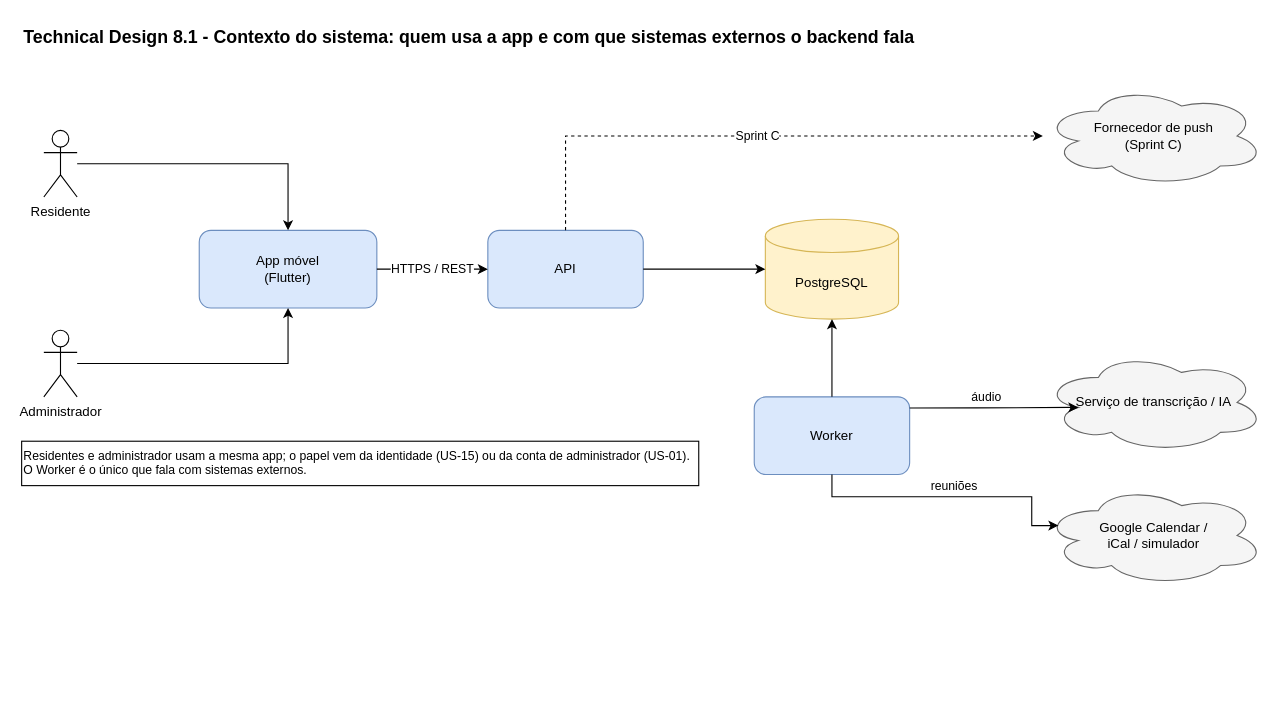
Above: page "1. Contexto do sistema" (1 of 5) of docs/sprintA/technical-design.drawio in LMNSdev/LABDSOF_DOMUSCAST (draw.io), before the change. Source tidied: cells renumbered, new cells numbered last; positions are measured from the earlier drawing's top-left corner, leaving out a move shared by most shapes. Both pictures are drawn from the tidied source at 111%, with x=0, y=0 at pixel (21, 19).
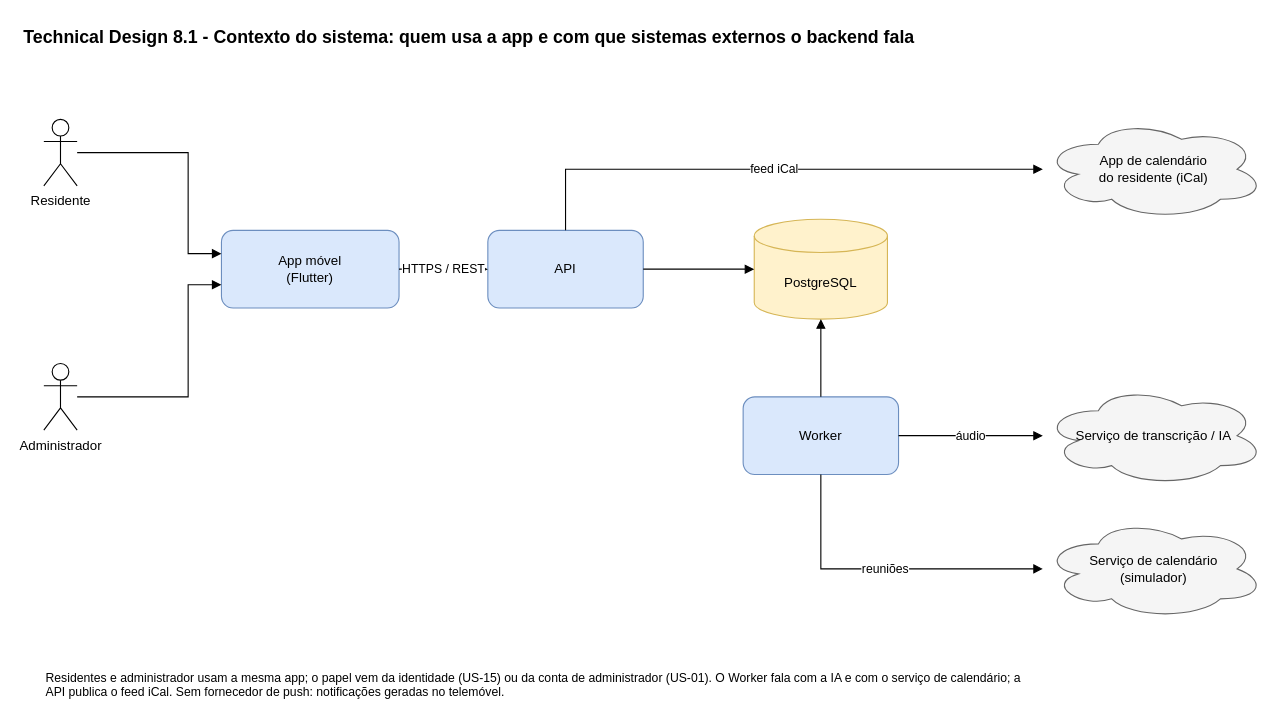
The same page after the edit.

The change refers to these unchanged cells:
```xml
<mxCell id="6" value="API" style="rounded=1;whiteSpace=wrap;html=1;fillColor=#dae8fc;strokeColor=#6c8ebf;" parent="1" vertex="1">
  <mxGeometry x="420" y="190" width="140" height="70" as="geometry" />
</mxCell>
```

Change to the diagram source:
```diff
@@
     <mxCell id="3" value="Residente" style="shape=umlActor;verticalLabelPosition=bottom;verticalAlign=top;html=1;outlineConnect=0;" parent="1" vertex="1">
-      <mxGeometry x="20" y="100" width="30" height="60" as="geometry" />
+      <mxGeometry x="20" y="90" width="30" height="60" as="geometry" />
     </mxCell>
     <mxCell id="4" value="Administrador" style="shape=umlActor;verticalLabelPosition=bottom;verticalAlign=top;html=1;outlineConnect=0;" parent="1" vertex="1">
-      <mxGeometry x="20" y="280" width="30" height="60" as="geometry" />
+      <mxGeometry x="20" y="310" width="30" height="60" as="geometry" />
     </mxCell>
     <mxCell id="5" value="App móvel&lt;br&gt;(Flutter)" style="rounded=1;whiteSpace=wrap;html=1;fillColor=#dae8fc;strokeColor=#6c8ebf;" parent="1" vertex="1">
-      <mxGeometry x="160" y="190" width="160" height="70" as="geometry" />
+      <mxGeometry x="180" y="190" width="160" height="70" as="geometry" />
     </mxCell>
@@
     <mxCell id="7" value="PostgreSQL" style="shape=cylinder3;whiteSpace=wrap;html=1;boundedLbl=1;backgroundOutline=1;size=15;fillColor=#fff2cc;strokeColor=#d6b656;" parent="1" vertex="1">
-      <mxGeometry x="670" y="180" width="120" height="90" as="geometry" />
+      <mxGeometry x="660" y="180" width="120" height="90" as="geometry" />
     </mxCell>
     <mxCell id="8" value="Worker" style="rounded=1;whiteSpace=wrap;html=1;fillColor=#dae8fc;strokeColor=#6c8ebf;" parent="1" vertex="1">
-      <mxGeometry x="660" y="340" width="140" height="70" as="geometry" />
+      <mxGeometry x="650" y="340" width="140" height="70" as="geometry" />
     </mxCell>
     <mxCell id="9" value="Serviço de transcrição / IA" style="ellipse;shape=cloud;whiteSpace=wrap;html=1;fillColor=#f5f5f5;strokeColor=#666666;" parent="1" vertex="1">
-      <mxGeometry x="920" y="300" width="200" height="90" as="geometry" />
+      <mxGeometry x="920" y="330" width="200" height="90" as="geometry" />
     </mxCell>
-    <mxCell id="10" value="Google Calendar /&lt;br&gt;iCal / simulador" style="ellipse;shape=cloud;whiteSpace=wrap;html=1;fillColor=#f5f5f5;strokeColor=#666666;" parent="1" vertex="1">
-      <mxGeometry x="920" y="420" width="200" height="90" as="geometry" />
+    <mxCell id="10" value="Serviço de calendário&lt;br&gt;(simulador)" style="ellipse;shape=cloud;whiteSpace=wrap;html=1;fillColor=#f5f5f5;strokeColor=#666666;" parent="1" vertex="1">
+      <mxGeometry x="920" y="450" width="200" height="90" as="geometry" />
     </mxCell>
-    <mxCell id="11" value="Fornecedor de push&lt;br&gt;(Sprint C)" style="ellipse;shape=cloud;whiteSpace=wrap;html=1;fillColor=#f5f5f5;strokeColor=#666666;" parent="1" vertex="1">
-      <mxGeometry x="920" y="60" width="200" height="90" as="geometry" />
+    <mxCell id="11" value="App de calendário&lt;br&gt;do residente (iCal)" style="ellipse;shape=cloud;whiteSpace=wrap;html=1;fillColor=#f5f5f5;strokeColor=#666666;" parent="1" vertex="1">
+      <mxGeometry x="920" y="90" width="200" height="90" as="geometry" />
     </mxCell>
+    <mxCell id="20" value="Residentes e administrador usam a mesma app; o papel vem da identidade (US-15) ou da conta de administrador (US-01). O Worker fala com a IA e com o serviço de calendário; a API publica o feed iCal. Sem fornecedor de push: notificações geradas no telemóvel." style="text;html=1;align=left;verticalAlign=top;whiteSpace=wrap;fontSize=11;" parent="1" vertex="1">
+      <mxGeometry x="20" y="580" width="900" height="40" as="geometry" />
+    </mxCell>
-    <mxCell id="12" style="edgeStyle=orthogonalEdgeStyle;rounded=0;jettySize=auto;html=1;" parent="1" edge="1" source="3" target="5">
-      <mxGeometry relative="1" as="geometry" />
+    <mxCell id="12" style="html=1;rounded=0;endArrow=block;endFill=1;labelBackgroundColor=#ffffff;fontSize=11;exitX=1.0000;exitY=0.5000;exitDx=0;exitDy=0;exitPerimeter=0;entryX=0.0000;entryY=0.3000;entryDx=0;entryDy=0;entryPerimeter=0;" parent="1" edge="1" source="3" target="5">
+      <mxGeometry relative="1" as="geometry">
+        <Array as="points">
+          <mxPoint x="150" y="120" />
+          <mxPoint x="150" y="211" />
+        </Array>
+      </mxGeometry>
     </mxCell>
-    <mxCell id="13" style="edgeStyle=orthogonalEdgeStyle;rounded=0;jettySize=auto;html=1;" parent="1" edge="1" source="4" target="5">
-      <mxGeometry relative="1" as="geometry" />
+    <mxCell id="13" style="html=1;rounded=0;endArrow=block;endFill=1;labelBackgroundColor=#ffffff;fontSize=11;exitX=1.0000;exitY=0.5000;exitDx=0;exitDy=0;exitPerimeter=0;entryX=0.0000;entryY=0.7000;entryDx=0;entryDy=0;entryPerimeter=0;" parent="1" edge="1" source="4" target="5">
+      <mxGeometry relative="1" as="geometry">
+        <Array as="points">
+          <mxPoint x="150" y="340" />
+          <mxPoint x="150" y="239" />
+        </Array>
+      </mxGeometry>
     </mxCell>
-    <mxCell id="14" value="HTTPS / REST" style="edgeStyle=orthogonalEdgeStyle;rounded=0;jettySize=auto;html=1;" parent="1" edge="1" source="5" target="6">
+    <mxCell id="14" value="HTTPS / REST" style="html=1;rounded=0;endArrow=block;endFill=1;labelBackgroundColor=#ffffff;fontSize=11;exitX=1.0000;exitY=0.5000;exitDx=0;exitDy=0;exitPerimeter=0;entryX=0.0000;entryY=0.5000;entryDx=0;entryDy=0;entryPerimeter=0;" parent="1" edge="1" source="5" target="6">
       <mxGeometry relative="1" as="geometry" />
     </mxCell>
-    <mxCell id="15" style="edgeStyle=orthogonalEdgeStyle;rounded=0;jettySize=auto;html=1;" parent="1" edge="1" source="6" target="7">
+    <mxCell id="15" style="html=1;rounded=0;endArrow=block;endFill=1;labelBackgroundColor=#ffffff;fontSize=11;exitX=1.0000;exitY=0.5000;exitDx=0;exitDy=0;exitPerimeter=0;entryX=0.0000;entryY=0.5000;entryDx=0;entryDy=0;entryPerimeter=0;" parent="1" edge="1" source="6" target="7">
       <mxGeometry relative="1" as="geometry" />
     </mxCell>
-    <mxCell id="16" style="edgeStyle=orthogonalEdgeStyle;rounded=0;jettySize=auto;html=1;" parent="1" edge="1" source="8" target="7">
-      <mxGeometry relative="1" as="geometry" />
+    <mxCell id="16" value="feed iCal" style="html=1;rounded=0;endArrow=block;endFill=1;labelBackgroundColor=#ffffff;fontSize=11;exitX=0.5000;exitY=0.0000;exitDx=0;exitDy=0;exitPerimeter=0;entryX=0.0000;entryY=0.5000;entryDx=0;entryDy=0;entryPerimeter=0;" parent="1" edge="1" source="6" target="11">
+      <mxGeometry relative="1" as="geometry">
+        <Array as="points">
+          <mxPoint x="490" y="135" />
+        </Array>
+      </mxGeometry>
     </mxCell>
-    <mxCell id="17" value="áudio" style="edgeStyle=orthogonalEdgeStyle;rounded=0;jettySize=auto;html=1;entryX=0.16;entryY=0.55;entryDx=0;entryDy=0;entryPerimeter=0;exitX=1;exitY=0.143;exitDx=0;exitDy=0;exitPerimeter=0;" parent="1" edge="1" source="8" target="9">
-      <mxGeometry x="-0.08" y="9" relative="1" as="geometry">
-        <mxPoint y="-1" as="offset" />
-      </mxGeometry>
+    <mxCell id="17" style="html=1;rounded=0;endArrow=block;endFill=1;labelBackgroundColor=#ffffff;fontSize=11;exitX=0.5000;exitY=0.0000;exitDx=0;exitDy=0;exitPerimeter=0;entryX=0.5000;entryY=1.0000;entryDx=0;entryDy=0;entryPerimeter=0;" parent="1" edge="1" source="8" target="7">
+      <mxGeometry relative="1" as="geometry" />
     </mxCell>
-    <mxCell id="18" value="reuniões" style="edgeStyle=orthogonalEdgeStyle;rounded=0;jettySize=auto;html=1;exitX=0.5;exitY=1;exitDx=0;exitDy=0;entryX=0.07;entryY=0.4;entryDx=0;entryDy=0;entryPerimeter=0;" parent="1" edge="1" source="8" target="10">
-      <mxGeometry x="0.04" y="10" relative="1" as="geometry">
-        <Array as="points">
-          <mxPoint x="730" y="430" />
-          <mxPoint x="910" y="430" />
-          <mxPoint x="910" y="456" />
-        </Array>
-      </mxGeometry>
+    <mxCell id="18" value="áudio" style="html=1;rounded=0;endArrow=block;endFill=1;labelBackgroundColor=#ffffff;fontSize=11;exitX=1.0000;exitY=0.5000;exitDx=0;exitDy=0;exitPerimeter=0;entryX=0.0000;entryY=0.5000;entryDx=0;entryDy=0;entryPerimeter=0;" parent="1" edge="1" source="8" target="9">
+      <mxGeometry relative="1" as="geometry" />
     </mxCell>
-    <mxCell id="19" value="Sprint C" style="edgeStyle=orthogonalEdgeStyle;rounded=0;jettySize=auto;html=1;dashed=1;" parent="1" edge="1" source="6" target="11">
+    <mxCell id="19" value="reuniões" style="html=1;rounded=0;endArrow=block;endFill=1;labelBackgroundColor=#ffffff;fontSize=11;exitX=0.5000;exitY=1.0000;exitDx=0;exitDy=0;exitPerimeter=0;entryX=0.0000;entryY=0.5000;entryDx=0;entryDy=0;entryPerimeter=0;" parent="1" edge="1" source="8" target="10">
       <mxGeometry relative="1" as="geometry">
         <Array as="points">
-          <mxPoint x="490" y="105" />
+          <mxPoint x="720" y="495" />
         </Array>
       </mxGeometry>
     </mxCell>
-    <mxCell id="20" value="Residentes e administrador usam a mesma app; o papel vem da identidade (US-15) ou da conta de administrador (US-01). O Worker é o único que fala com sistemas externos." style="text;html=1;align=left;verticalAlign=top;whiteSpace=wrap;fontSize=11;strokeColor=default;" parent="1" vertex="1">
-      <mxGeometry y="380" width="610" height="40" as="geometry" />
-    </mxCell>
```
